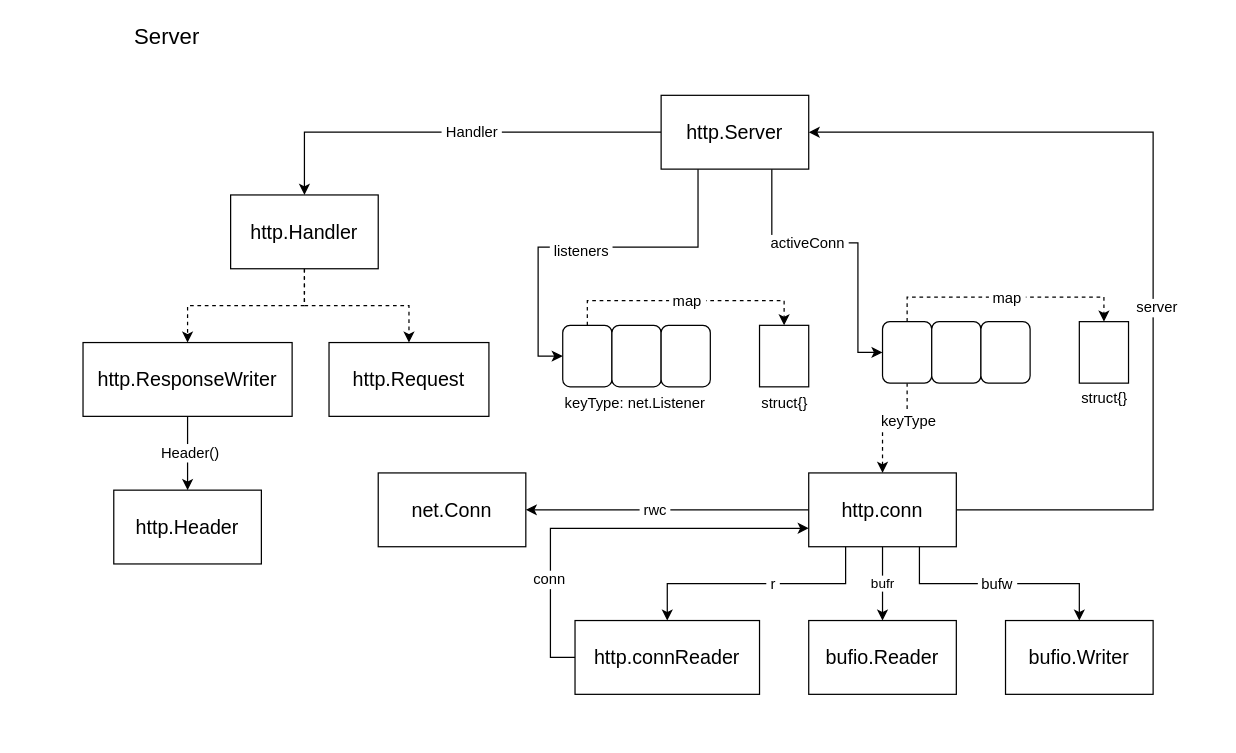
Before: page "Server" (1 of 5) of go-net.drawio in oiar/assets, a draw.io diagram. Source tidied: cells renumbered, new cells numbered last; positions are measured from the earlier drawing's top-left corner, leaving out a move shared by most shapes. Both pictures are drawn from the tidied source at 123%, with x=0, y=0 at pixel (82, 21).
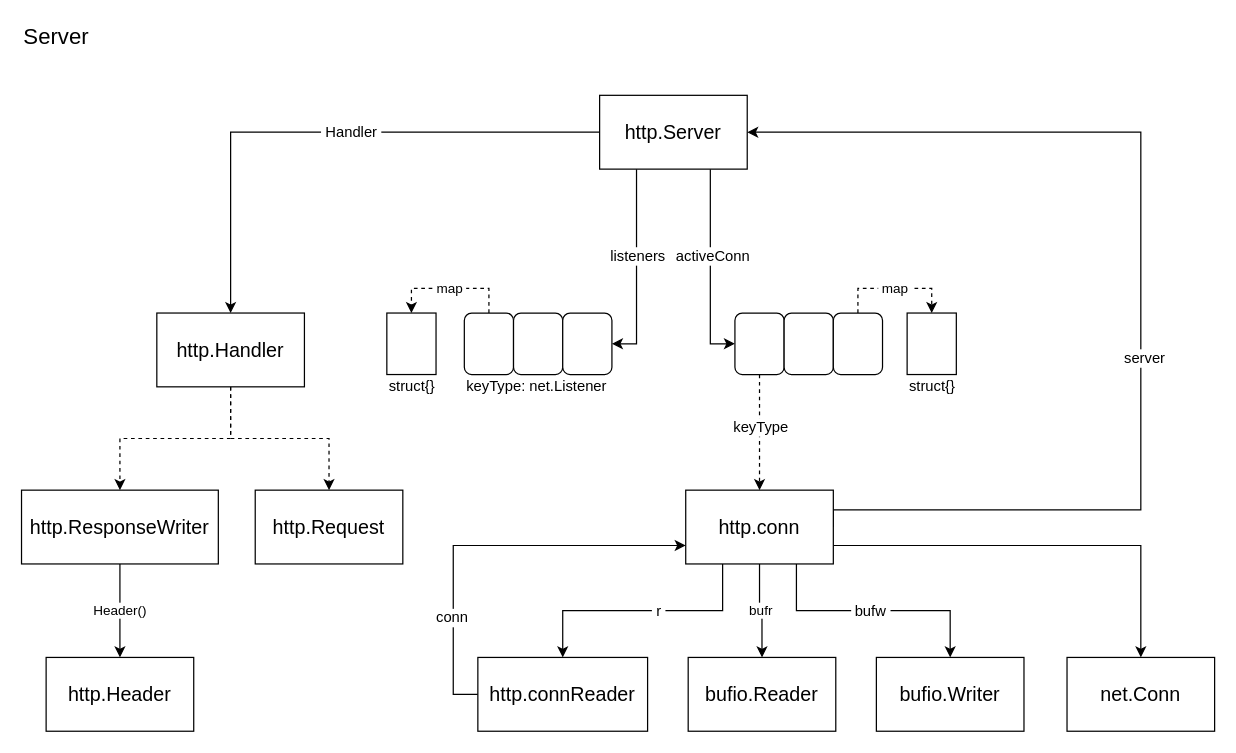
After the change.

Diff of the diagram source:
```diff
@@
+    <mxCell id="3" style="edgeStyle=orthogonalEdgeStyle;rounded=0;jettySize=auto;html=1;exitX=0.5;exitY=1;exitDx=0;exitDy=0;entryX=0.5;entryY=0;entryDx=0;entryDy=0;dashed=1;" parent="1" edge="1" source="4" target="6">
+      <mxGeometry relative="1" as="geometry" />
+    </mxCell>
@@
-    <mxCell id="3" style="edgeStyle=orthogonalEdgeStyle;rounded=0;jettySize=auto;html=1;exitX=0.5;exitY=1;exitDx=0;exitDy=0;entryX=0.5;entryY=0;entryDx=0;entryDy=0;dashed=1;" parent="1" edge="1" source="4" target="6">
-      <mxGeometry relative="1" as="geometry" />
-    </mxCell>
     <mxCell id="4" value="&lt;font style=&quot;font-size: 16px&quot;&gt;http.Handler&lt;/font&gt;" style="rounded=0;whiteSpace=wrap;html=1;" parent="1" vertex="1">
-      <mxGeometry x="120" y="141" width="120" height="60" as="geometry" />
+      <mxGeometry x="60" y="237" width="120" height="60" as="geometry" />
     </mxCell>
     <mxCell id="5" value="&lt;font style=&quot;font-size: 18px&quot;&gt;Server&lt;/font&gt;" style="text;html=1;align=left;verticalAlign=top;spacingTop=-4;" parent="1" vertex="1">
-      <mxGeometry x="40" width="70" height="20" as="geometry" />
+      <mxGeometry x="-50" width="70" height="20" as="geometry" />
     </mxCell>
     <mxCell id="6" value="&lt;font style=&quot;font-size: 16px&quot;&gt;http.Request&lt;/font&gt;" style="rounded=0;whiteSpace=wrap;html=1;" parent="1" vertex="1">
-      <mxGeometry x="200" y="261" width="130" height="60" as="geometry" />
+      <mxGeometry x="140" y="381" width="120" height="60" as="geometry" />
     </mxCell>
-    <mxCell id="7" style="edgeStyle=orthogonalEdgeStyle;rounded=0;jettySize=auto;html=1;exitX=0.5;exitY=1;exitDx=0;exitDy=0;entryX=0.5;entryY=0;entryDx=0;entryDy=0;" parent="1" edge="1" source="9" target="10">
-      <mxGeometry relative="1" as="geometry" />
-    </mxCell>
-    <mxCell id="8" value="Header()" style="text;html=1;align=center;verticalAlign=middle;labelBackgroundColor=#ffffff;" parent="7" vertex="1">
-      <mxGeometry x="-0.03" y="1" relative="1" as="geometry" />
+    <mxCell id="8" value="Header()" style="edgeStyle=orthogonalEdgeStyle;rounded=0;jettySize=auto;html=1;exitX=0.5;exitY=1;exitDx=0;exitDy=0;entryX=0.5;entryY=0;entryDx=0;entryDy=0;" parent="1" edge="1" source="9" target="10">
+      <mxGeometry relative="1" as="geometry" />
     </mxCell>
     <mxCell id="9" value="&lt;font style=&quot;font-size: 16px&quot;&gt;http.ResponseWriter&lt;/font&gt;" style="rounded=0;whiteSpace=wrap;html=1;" parent="1" vertex="1">
-      <mxGeometry y="261" width="170" height="60" as="geometry" />
+      <mxGeometry x="-50" y="381" width="160" height="60" as="geometry" />
     </mxCell>
     <mxCell id="10" value="&lt;font style=&quot;font-size: 16px&quot;&gt;http.Header&lt;/font&gt;" style="rounded=0;whiteSpace=wrap;html=1;" parent="1" vertex="1">
-      <mxGeometry x="25" y="381" width="120" height="60" as="geometry" />
+      <mxGeometry x="-30" y="517" width="120" height="60" as="geometry" />
     </mxCell>
@@
-    <mxCell id="13" style="edgeStyle=orthogonalEdgeStyle;rounded=0;jettySize=auto;html=1;exitX=0.25;exitY=1;exitDx=0;exitDy=0;entryX=0;entryY=0.5;entryDx=0;entryDy=0;" parent="1" edge="1" source="17" target="20">
+    <mxCell id="13" style="edgeStyle=orthogonalEdgeStyle;rounded=0;jettySize=auto;html=1;exitX=0.25;exitY=1;exitDx=0;exitDy=0;entryX=1;entryY=0.5;entryDx=0;entryDy=0;" parent="1" edge="1" source="17" target="22">
       <mxGeometry relative="1" as="geometry" />
     </mxCell>
     <mxCell id="14" value="&amp;nbsp;listeners&amp;nbsp;" style="text;html=1;align=center;verticalAlign=middle;labelBackgroundColor=#ffffff;" parent="13" vertex="1">
-      <mxGeometry x="0.05" y="3" relative="1" as="geometry" />
+      <mxGeometry x="0.05" y="3" relative="1" as="geometry">
+        <mxPoint x="-3" y="-15" as="offset" />
+      </mxGeometry>
     </mxCell>
     <mxCell id="15" style="edgeStyle=orthogonalEdgeStyle;rounded=0;jettySize=auto;html=1;exitX=0.75;exitY=1;exitDx=0;exitDy=0;entryX=0;entryY=0.5;entryDx=0;entryDy=0;" parent="1" edge="1" source="17" target="30">
-      <mxGeometry relative="1" as="geometry">
-        <Array as="points">
-          <mxPoint x="560" y="180" />
-          <mxPoint x="630" y="180" />
-          <mxPoint x="630" y="269" />
-        </Array>
-      </mxGeometry>
+      <mxGeometry relative="1" as="geometry" />
     </mxCell>
     <mxCell id="16" value="&amp;nbsp;activeConn&amp;nbsp;" style="text;html=1;align=center;verticalAlign=middle;labelBackgroundColor=#ffffff;" parent="15" vertex="1">
-      <mxGeometry x="-0.26" relative="1" as="geometry" />
+      <mxGeometry x="-0.14" y="1" relative="1" as="geometry" />
     </mxCell>
     <mxCell id="17" value="&lt;font style=&quot;font-size: 16px&quot;&gt;http.Server&lt;/font&gt;" style="rounded=0;whiteSpace=wrap;html=1;" parent="1" vertex="1">
-      <mxGeometry x="470" y="60" width="120" height="60" as="geometry" />
+      <mxGeometry x="420" y="60" width="120" height="60" as="geometry" />
     </mxCell>
-    <mxCell id="18" style="edgeStyle=orthogonalEdgeStyle;rounded=0;jettySize=auto;html=1;exitX=0.5;exitY=0;exitDx=0;exitDy=0;entryX=0.5;entryY=0;entryDx=0;entryDy=0;dashed=1;" parent="1" edge="1" source="20" target="23">
+    <mxCell id="18" value="&amp;nbsp;map&amp;nbsp;" style="edgeStyle=orthogonalEdgeStyle;rounded=0;jettySize=auto;html=1;exitX=0.5;exitY=0;exitDx=0;exitDy=0;entryX=0.5;entryY=0;entryDx=0;entryDy=0;dashed=1;" parent="1" edge="1" source="20" target="23">
       <mxGeometry relative="1" as="geometry" />
     </mxCell>
-    <mxCell id="19" value="&amp;nbsp;map&amp;nbsp;" style="text;html=1;align=center;verticalAlign=middle;labelBackgroundColor=#ffffff;" parent="18" vertex="1">
-      <mxGeometry x="-0.02" y="4" relative="1" as="geometry">
-        <mxPoint x="2" y="4" as="offset" />
-      </mxGeometry>
-    </mxCell>
     <mxCell id="20" style="rounded=1;whiteSpace=wrap;html=1;" parent="1" vertex="1">
-      <mxGeometry x="390" y="247" width="40" height="50" as="geometry" />
+      <mxGeometry x="310" y="237" width="40" height="50" as="geometry" />
     </mxCell>
     <mxCell id="21" style="rounded=1;whiteSpace=wrap;html=1;" parent="1" vertex="1">
-      <mxGeometry x="430" y="247" width="40" height="50" as="geometry" />
+      <mxGeometry x="350" y="237" width="40" height="50" as="geometry" />
     </mxCell>
     <mxCell id="22" style="rounded=1;whiteSpace=wrap;html=1;" parent="1" vertex="1">
-      <mxGeometry x="470" y="247" width="40" height="50" as="geometry" />
+      <mxGeometry x="390" y="237" width="40" height="50" as="geometry" />
     </mxCell>
     <mxCell id="23" style="rounded=0;whiteSpace=wrap;html=1;" parent="1" vertex="1">
-      <mxGeometry x="550" y="247" width="40" height="50" as="geometry" />
+      <mxGeometry x="247" y="237" width="40" height="50" as="geometry" />
     </mxCell>
     <mxCell id="24" value="keyType: net.Listener" style="text;html=1;align=left;verticalAlign=top;spacingTop=-4;" parent="1" vertex="1">
-      <mxGeometry x="390" y="301" width="130" height="20" as="geometry" />
+      <mxGeometry x="310" y="287" width="130" height="20" as="geometry" />
     </mxCell>
     <mxCell id="25" value="struct{}" style="text;html=1;align=left;verticalAlign=top;spacingTop=-4;" parent="1" vertex="1">
-      <mxGeometry x="550" y="301" width="50" height="20" as="geometry" />
+      <mxGeometry x="247" y="287" width="50" height="20" as="geometry" />
     </mxCell>
-    <mxCell id="26" style="edgeStyle=orthogonalEdgeStyle;rounded=0;jettySize=auto;html=1;exitX=0.5;exitY=0;exitDx=0;exitDy=0;entryX=0.5;entryY=0;entryDx=0;entryDy=0;dashed=1;" parent="1" edge="1" source="30" target="33">
-      <mxGeometry relative="1" as="geometry" />
-    </mxCell>
-    <mxCell id="27" value="&amp;nbsp;map&amp;nbsp;" style="text;html=1;align=center;verticalAlign=middle;labelBackgroundColor=#ffffff;" parent="26" vertex="1">
-      <mxGeometry x="-0.01" relative="1" as="geometry">
-        <mxPoint x="1" as="offset" />
-      </mxGeometry>
-    </mxCell>
-    <mxCell id="28" style="edgeStyle=orthogonalEdgeStyle;rounded=0;jettySize=auto;html=1;exitX=0.5;exitY=1;exitDx=0;exitDy=0;dashed=1;" parent="1" edge="1" source="30" target="44">
+    <mxCell id="28" style="edgeStyle=orthogonalEdgeStyle;rounded=0;jettySize=auto;html=1;exitX=0.5;exitY=1;exitDx=0;exitDy=0;dashed=1;entryX=0.5;entryY=0;entryDx=0;entryDy=0;" parent="1" edge="1" source="30" target="44">
       <mxGeometry relative="1" as="geometry" />
     </mxCell>
     <mxCell id="29" value="&amp;nbsp;keyType&amp;nbsp;" style="text;html=1;align=center;verticalAlign=middle;labelBackgroundColor=#ffffff;" parent="28" vertex="1">
       <mxGeometry x="-0.27" y="8" relative="1" as="geometry">
-        <mxPoint x="-8" y="-4" as="offset" />
+        <mxPoint x="-8" y="8" as="offset" />
       </mxGeometry>
     </mxCell>
     <mxCell id="30" style="rounded=1;whiteSpace=wrap;html=1;" parent="1" vertex="1">
-      <mxGeometry x="650" y="244" width="40" height="50" as="geometry" />
+      <mxGeometry x="530" y="237" width="40" height="50" as="geometry" />
     </mxCell>
     <mxCell id="31" style="rounded=1;whiteSpace=wrap;html=1;" parent="1" vertex="1">
-      <mxGeometry x="690" y="244" width="40" height="50" as="geometry" />
+      <mxGeometry x="570" y="237" width="40" height="50" as="geometry" />
     </mxCell>
+    <mxCell id="51" value="&amp;nbsp;map&amp;nbsp;" style="edgeStyle=orthogonalEdgeStyle;rounded=0;jettySize=auto;html=1;exitX=0.5;exitY=0;exitDx=0;exitDy=0;entryX=0.5;entryY=0;entryDx=0;entryDy=0;dashed=1;" parent="1" edge="1" source="32" target="33">
+      <mxGeometry relative="1" as="geometry" />
+    </mxCell>
     <mxCell id="32" style="rounded=1;whiteSpace=wrap;html=1;" parent="1" vertex="1">
-      <mxGeometry x="730" y="244" width="40" height="50" as="geometry" />
+      <mxGeometry x="610" y="237" width="40" height="50" as="geometry" />
     </mxCell>
     <mxCell id="33" style="rounded=0;whiteSpace=wrap;html=1;" parent="1" vertex="1">
-      <mxGeometry x="810" y="244" width="40" height="50" as="geometry" />
+      <mxGeometry x="670" y="237" width="40" height="50" as="geometry" />
     </mxCell>
     <mxCell id="34" value="struct{}" style="text;html=1;align=left;verticalAlign=top;spacingTop=-4;" parent="1" vertex="1">
-      <mxGeometry x="810" y="297" width="50" height="20" as="geometry" />
+      <mxGeometry x="670" y="287" width="50" height="20" as="geometry" />
     </mxCell>
     <mxCell id="35" style="edgeStyle=orthogonalEdgeStyle;rounded=0;jettySize=auto;html=1;exitX=1;exitY=0.5;exitDx=0;exitDy=0;entryX=1;entryY=0.5;entryDx=0;entryDy=0;" parent="1" edge="1" source="44" target="17">
       <mxGeometry relative="1" as="geometry">
         <Array as="points">
-          <mxPoint x="870" y="397" />
-          <mxPoint x="870" y="90" />
+          <mxPoint x="610" y="397" />
+          <mxPoint x="860" y="397" />
+          <mxPoint x="860" y="90" />
         </Array>
       </mxGeometry>
     </mxCell>
@@
-    <mxCell id="37" style="edgeStyle=orthogonalEdgeStyle;rounded=0;jettySize=auto;html=1;exitX=0;exitY=0.5;exitDx=0;exitDy=0;entryX=1;entryY=0.5;entryDx=0;entryDy=0;" parent="1" edge="1" source="44" target="46">
-      <mxGeometry relative="1" as="geometry" />
-    </mxCell>
-    <mxCell id="38" value="&amp;nbsp;rwc&amp;nbsp;" style="text;html=1;align=center;verticalAlign=middle;labelBackgroundColor=#ffffff;" parent="37" vertex="1">
-      <mxGeometry x="0.21" y="15" relative="1" as="geometry">
-        <mxPoint x="13" y="-15" as="offset" />
-      </mxGeometry>
-    </mxCell>
@@
+    <mxCell id="37" style="edgeStyle=orthogonalEdgeStyle;rounded=0;jettySize=auto;html=1;exitX=1;exitY=0.75;exitDx=0;exitDy=0;entryX=0.5;entryY=0;entryDx=0;entryDy=0;" parent="1" edge="1" source="44" target="46">
+      <mxGeometry relative="1" as="geometry" />
+    </mxCell>
     <mxCell id="44" value="&lt;font style=&quot;font-size: 16px&quot;&gt;http.conn&lt;/font&gt;" style="rounded=0;whiteSpace=wrap;html=1;" parent="1" vertex="1">
-      <mxGeometry x="590" y="367" width="120" height="60" as="geometry" />
+      <mxGeometry x="490" y="381" width="120" height="60" as="geometry" />
     </mxCell>
     <mxCell id="45" value="&lt;font style=&quot;font-size: 16px&quot;&gt;bufio.Reader&lt;/font&gt;" style="rounded=0;whiteSpace=wrap;html=1;" parent="1" vertex="1">
-      <mxGeometry x="590" y="487" width="120" height="60" as="geometry" />
+      <mxGeometry x="492" y="517" width="120" height="60" as="geometry" />
     </mxCell>
     <mxCell id="46" value="&lt;font style=&quot;font-size: 16px&quot;&gt;net.Conn&lt;/font&gt;" style="rounded=0;whiteSpace=wrap;html=1;" parent="1" vertex="1">
-      <mxGeometry x="240" y="367" width="120" height="60" as="geometry" />
+      <mxGeometry x="800" y="517" width="120" height="60" as="geometry" />
     </mxCell>
@@
     <mxCell id="49" value="&lt;font style=&quot;font-size: 16px&quot;&gt;http.connReader&lt;/font&gt;" style="rounded=0;whiteSpace=wrap;html=1;" parent="1" vertex="1">
-      <mxGeometry x="400" y="487" width="150" height="60" as="geometry" />
+      <mxGeometry x="321" y="517" width="138" height="60" as="geometry" />
     </mxCell>
     <mxCell id="50" value="&lt;font style=&quot;font-size: 16px&quot;&gt;bufio.Writer&lt;/font&gt;" style="rounded=0;whiteSpace=wrap;html=1;" parent="1" vertex="1">
-      <mxGeometry x="750" y="487" width="120" height="60" as="geometry" />
+      <mxGeometry x="645" y="517" width="120" height="60" as="geometry" />
     </mxCell>
```
